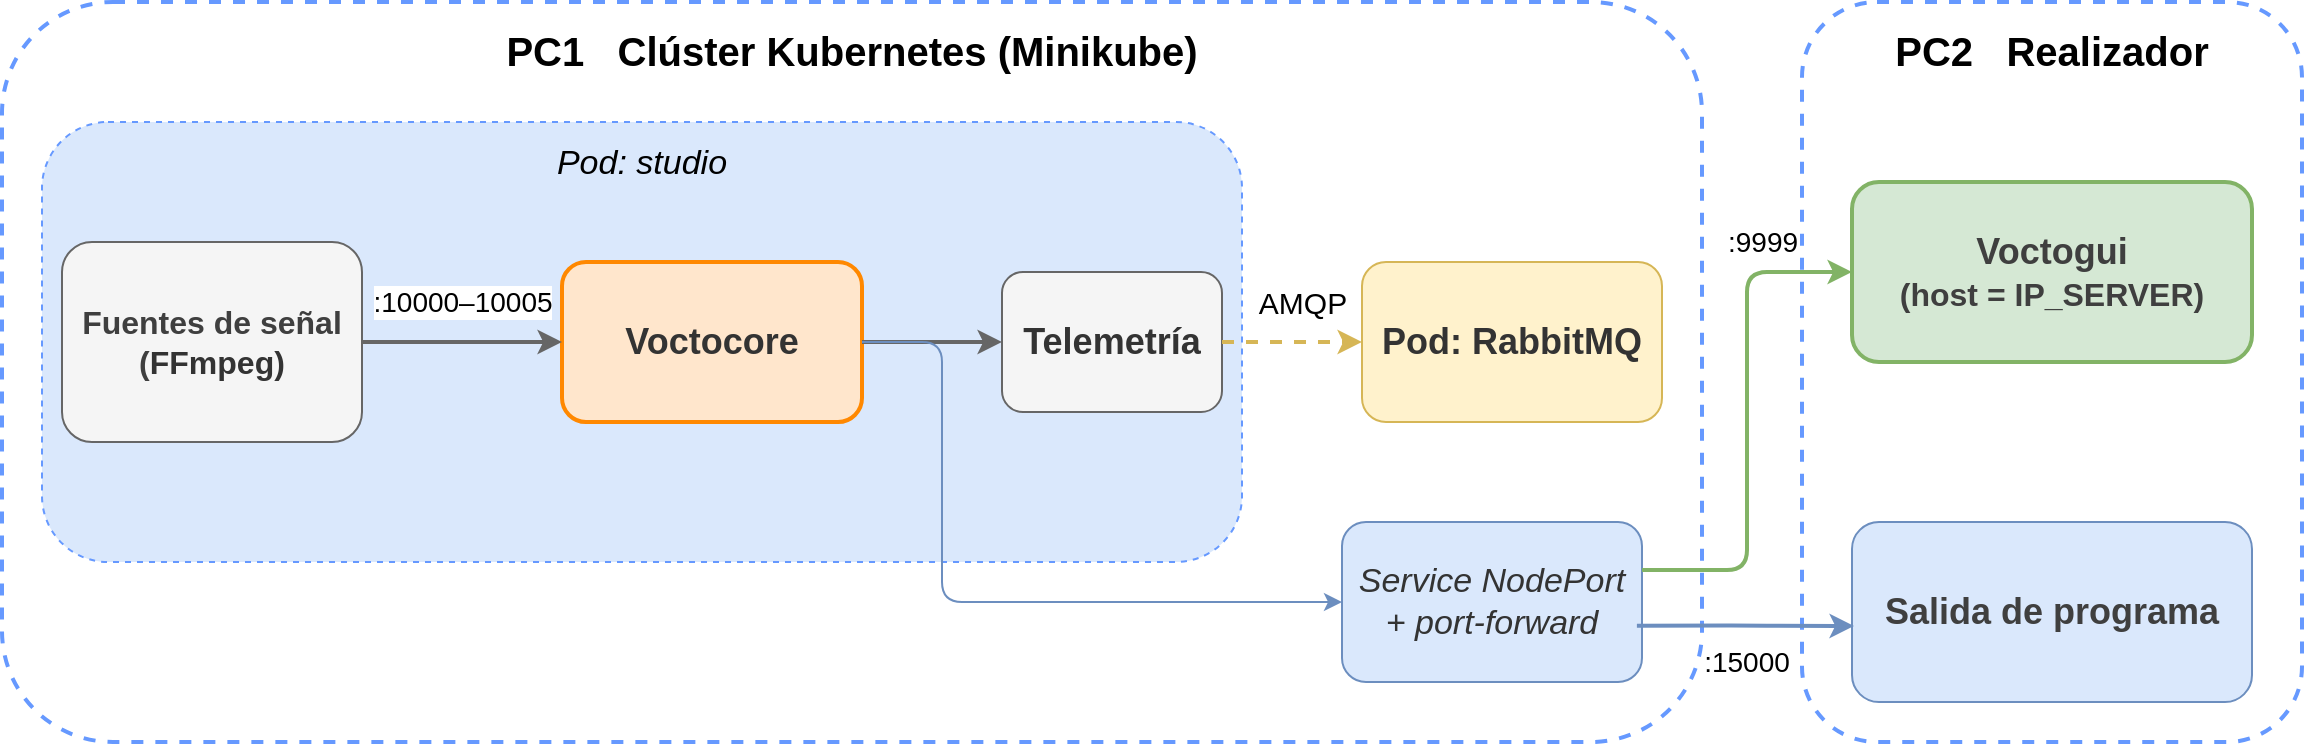
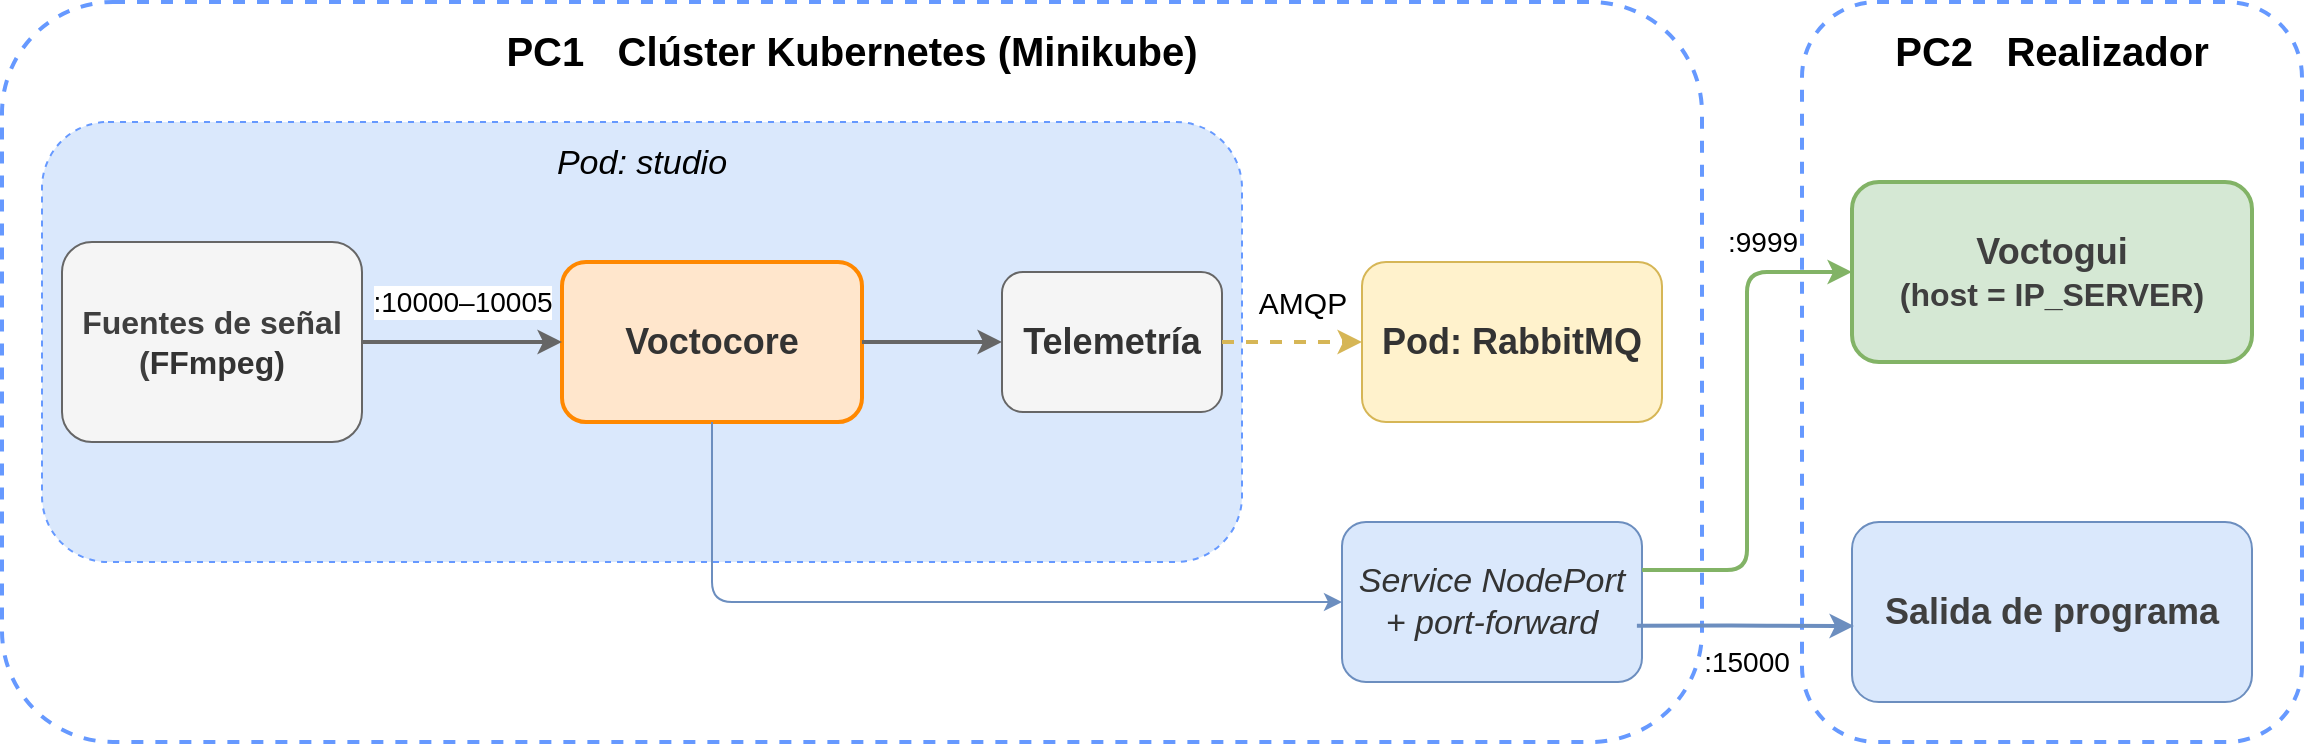
<mxfile host="65bd71144e">
    <diagram id="escenario_kubernetes" name="Escenario Kubernetes">
-         <mxGraphModel dx="473" dy="273" grid="1" gridSize="10" guides="1" tooltips="1" connect="1" arrows="1" fold="1" page="1" pageScale="1" pageWidth="1200" pageHeight="420" math="0" shadow="0">
+         <mxGraphModel dx="391" dy="226" grid="1" gridSize="10" guides="1" tooltips="1" connect="1" arrows="1" fold="1" page="1" pageScale="1" pageWidth="1200" pageHeight="420" math="0" shadow="0">
            <root>
                <mxCell id="0"/>
                <mxCell id="1" parent="0"/>
                <mxCell id="cluster" value="&lt;font style=&quot;font-size: 20px;&quot;&gt;PC1&amp;nbsp; &amp;nbsp;Clúster Kubernetes (Minikube)&lt;/font&gt;" style="rounded=1;whiteSpace=wrap;html=1;fillColor=none;strokeColor=#6699FF;strokeWidth=2;dashed=1;fontSize=13;fontStyle=1;verticalAlign=top;spacingTop=6;align=center;" parent="1" vertex="1">
                    <mxGeometry x="30" y="20" width="850" height="370" as="geometry"/>
                </mxCell>
                <mxCell id="pod_studio" value="&lt;font style=&quot;font-size: 17px;&quot;&gt;Pod: studio&lt;/font&gt;" style="rounded=1;whiteSpace=wrap;html=1;fillColor=#dae8fc;strokeColor=#6699FF;strokeWidth=1;dashed=1;fontSize=11;fontStyle=2;verticalAlign=top;spacingTop=4;align=center;" parent="1" vertex="1">
                    <mxGeometry x="50" y="80" width="600" height="220" as="geometry"/>
                </mxCell>
                <mxCell id="voctocore" value="&lt;font style=&quot;font-size: 18px;&quot;&gt;Voctocore&lt;/font&gt;" style="rounded=1;whiteSpace=wrap;html=1;fillColor=#FFE6CC;strokeColor=#FF8800;fontColor=#333333;fontSize=12;fontStyle=1;strokeWidth=2;" parent="1" vertex="1">
                    <mxGeometry x="310" y="150" width="150" height="80" as="geometry"/>
                </mxCell>
                <mxCell id="sources" value="&lt;font style=&quot;scrollbar-color: rgb(226, 226, 226) rgb(251, 251, 251); font-size: 16px; color: rgb(63, 63, 63);&quot;&gt;Fuentes de señal&lt;/font&gt;&lt;div style=&quot;scrollbar-color: rgb(226, 226, 226) rgb(251, 251, 251); color: rgb(63, 63, 63);&quot;&gt;&lt;font style=&quot;scrollbar-color: rgb(226, 226, 226) rgb(251, 251, 251); font-size: 16px; color: rgb(63, 63, 63);&quot;&gt;(&lt;span style=&quot;scrollbar-color: rgb(226, 226, 226) rgb(251, 251, 251); background-color: transparent; color: rgb(51, 51, 51);&quot;&gt;FFmpeg)&lt;/span&gt;&lt;/font&gt;&lt;/div&gt;" style="rounded=1;whiteSpace=wrap;html=1;fillColor=#f5f5f5;strokeColor=#666666;fontColor=#333333;fontSize=12;fontStyle=1;" parent="1" vertex="1">
                    <mxGeometry x="60" y="140" width="150" height="100" as="geometry"/>
                </mxCell>
                <mxCell id="telemetry" value="&lt;font style=&quot;font-size: 18px;&quot;&gt;Telemetría&lt;/font&gt;" style="rounded=1;whiteSpace=wrap;html=1;fillColor=#f5f5f5;strokeColor=#666666;fontColor=#333333;fontSize=12;fontStyle=1;" parent="1" vertex="1">
                    <mxGeometry x="530" y="155" width="110" height="70" as="geometry"/>
                </mxCell>
                <mxCell id="rabbitmq" value="&lt;font style=&quot;font-size: 18px;&quot;&gt;Pod: RabbitMQ&lt;/font&gt;" style="rounded=1;whiteSpace=wrap;html=1;fillColor=#fff2cc;strokeColor=#d6b656;fontColor=#333333;fontSize=12;fontStyle=1;" parent="1" vertex="1">
                    <mxGeometry x="710" y="150" width="150" height="80" as="geometry"/>
                </mxCell>
                <mxCell id="svc" value="&lt;font style=&quot;font-size: 17px;&quot;&gt;Service NodePort&lt;br&gt;+ port-forward&lt;/font&gt;" style="rounded=1;whiteSpace=wrap;html=1;fillColor=#dae8fc;strokeColor=#6c8ebf;fontColor=#333333;fontSize=11;fontStyle=2;" parent="1" vertex="1">
                    <mxGeometry x="700" y="280" width="150" height="80" as="geometry"/>
                </mxCell>
                <mxCell id="pc2" value="&lt;font style=&quot;font-size: 20px;&quot;&gt;PC2&amp;nbsp; &amp;nbsp;Realizador&lt;/font&gt;" style="rounded=1;whiteSpace=wrap;html=1;fillColor=none;strokeColor=#6699FF;strokeWidth=2;dashed=1;fontSize=13;fontStyle=1;verticalAlign=top;spacingTop=6;align=center;" parent="1" vertex="1">
                    <mxGeometry x="930" y="20" width="250" height="370" as="geometry"/>
                </mxCell>
                <mxCell id="voctogui" value="&lt;div style=&quot;scrollbar-color: rgb(226, 226, 226) rgb(251, 251, 251); color: rgb(63, 63, 63);&quot;&gt;&lt;font style=&quot;scrollbar-color: rgb(226, 226, 226) rgb(251, 251, 251); font-size: 18px; color: rgb(63, 63, 63);&quot;&gt;Voctogui&lt;/font&gt;&lt;/div&gt;&lt;font style=&quot;scrollbar-color: rgb(226, 226, 226) rgb(251, 251, 251); color: rgb(63, 63, 63);&quot;&gt;&lt;font style=&quot;scrollbar-color: rgb(226, 226, 226) rgb(251, 251, 251); font-size: 16px; color: rgb(63, 63, 63);&quot;&gt;(host = IP_SERVER)&lt;/font&gt;&lt;/font&gt;" style="rounded=1;whiteSpace=wrap;html=1;fillColor=#d5e8d4;strokeColor=#82b366;fontColor=#333333;fontSize=12;fontStyle=1;strokeWidth=2;" parent="1" vertex="1">
                    <mxGeometry x="955" y="110" width="200" height="90" as="geometry"/>
                </mxCell>
                <mxCell id="output" value="&lt;span style=&quot;color: rgb(63, 63, 63); font-size: 18px;&quot;&gt;Salida de programa&lt;/span&gt;" style="rounded=1;whiteSpace=wrap;html=1;fillColor=#dae8fc;strokeColor=#6c8ebf;fontColor=#333333;fontSize=12;fontStyle=1;" parent="1" vertex="1">
                    <mxGeometry x="955" y="280" width="200" height="90" as="geometry"/>
                </mxCell>
                <mxCell id="a1" value="&lt;font style=&quot;font-size: 14px;&quot;&gt;:10000–10005&lt;/font&gt;" style="edgeStyle=orthogonalEdgeStyle;html=1;fontSize=10;strokeWidth=2;strokeColor=#666666;exitX=1;exitY=0.5;exitDx=0;exitDy=0;entryX=0;entryY=0.5;entryDx=0;entryDy=0;" parent="1" source="sources" target="voctocore" edge="1">
                    <mxGeometry y="20" relative="1" as="geometry">
                        <Array as="points">
                            <mxPoint x="270" y="190"/>
                            <mxPoint x="270" y="190"/>
                        </Array>
                        <mxPoint as="offset"/>
                    </mxGeometry>
                </mxCell>
                <mxCell id="a2" value="" style="edgeStyle=orthogonalEdgeStyle;html=1;fontSize=10;strokeWidth=2;strokeColor=#666666;exitX=1;exitY=0.5;exitDx=0;exitDy=0;entryX=0;entryY=0.5;entryDx=0;entryDy=0;" parent="1" source="voctocore" target="telemetry" edge="1">
                    <mxGeometry relative="1" as="geometry"/>
                </mxCell>
                <mxCell id="a3" value="&lt;font style=&quot;font-size: 15px;&quot;&gt;AMQP&lt;/font&gt;" style="edgeStyle=orthogonalEdgeStyle;html=1;fontSize=10;strokeWidth=2;strokeColor=#d6b656;dashed=1;exitX=1;exitY=0.5;exitDx=0;exitDy=0;entryX=0;entryY=0.5;entryDx=0;entryDy=0;" parent="1" source="telemetry" target="rabbitmq" edge="1">
                    <mxGeometry x="0.1429" y="20" relative="1" as="geometry">
                        <mxPoint as="offset"/>
                    </mxGeometry>
                </mxCell>
-                 <mxCell id="a5" value="" style="edgeStyle=orthogonalEdgeStyle;html=1;fontSize=10;strokeWidth=1;strokeColor=#6c8ebf;exitX=1;exitY=0.5;exitDx=0;exitDy=0;" parent="1" source="voctocore" edge="1">
+                 <mxCell id="a5" value="" style="edgeStyle=orthogonalEdgeStyle;html=1;fontSize=10;strokeWidth=1;strokeColor=#6c8ebf;exitX=0.5;exitY=1;exitDx=0;exitDy=0;" parent="1" source="voctocore" edge="1">
                    <mxGeometry relative="1" as="geometry">
                        <mxPoint x="700" y="320" as="targetPoint"/>
                        <Array as="points">
-                             <mxPoint x="500" y="190"/>
-                             <mxPoint x="500" y="320"/>
+                             <mxPoint x="385" y="320"/>
                        </Array>
                    </mxGeometry>
                </mxCell>
                <mxCell id="a6" value="&lt;font style=&quot;font-size: 14px;&quot;&gt;:9999&lt;/font&gt;" style="edgeStyle=orthogonalEdgeStyle;html=1;fontSize=10;strokeWidth=2;strokeColor=#82b366;exitX=1;exitY=0.3;exitDx=0;exitDy=0;entryX=0;entryY=0.5;entryDx=0;entryDy=0;" parent="1" source="svc" target="voctogui" edge="1">
                    <mxGeometry x="0.6416" y="15" relative="1" as="geometry">
                        <mxPoint as="offset"/>
                    </mxGeometry>
                </mxCell>
                <mxCell id="a7" value="&lt;font style=&quot;font-size: 14px;&quot;&gt;:15000&lt;/font&gt;" style="edgeStyle=orthogonalEdgeStyle;html=1;fontSize=10;strokeWidth=2;strokeColor=#6c8ebf;exitX=0.983;exitY=0.648;exitDx=0;exitDy=0;exitPerimeter=0;entryX=0.005;entryY=0.578;entryDx=0;entryDy=0;entryPerimeter=0;" parent="1" source="svc" target="output" edge="1">
                    <mxGeometry x="0.0485" y="-18" relative="1" as="geometry">
                        <mxPoint x="920" y="326" as="targetPoint"/>
                        <Array as="points"/>
                        <mxPoint x="-2" as="offset"/>
                    </mxGeometry>
                </mxCell>
            </root>
        </mxGraphModel>
    </diagram>
</mxfile>